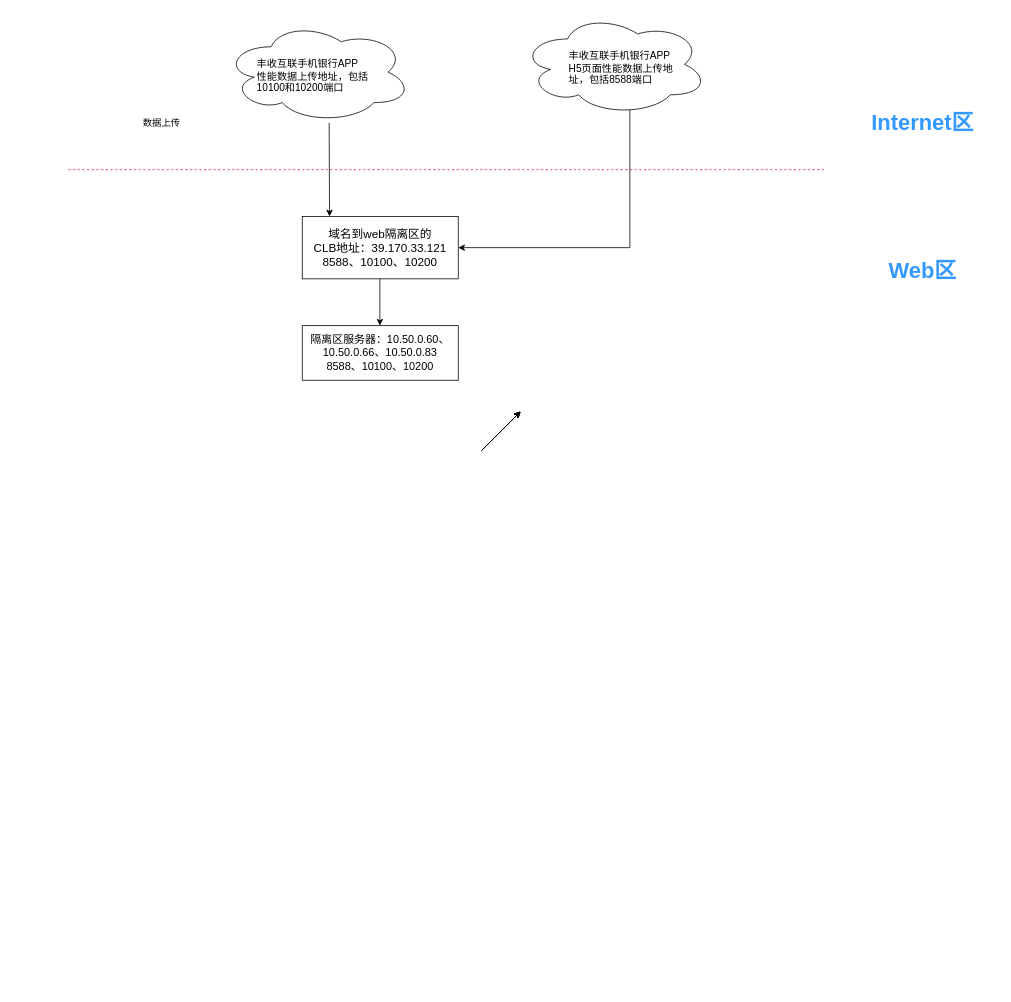
Earlier version of the draw.io diagram 浙江农信信创平台架构.drawio (zeng0550/free-programming-books). Source tidied: cells renumbered, new cells numbered last; positions are measured from the earlier drawing's top-left corner, leaving out a move shared by most shapes. Both pictures are drawn from the tidied source at 78%, with x=0, y=0 at pixel (68, 13).
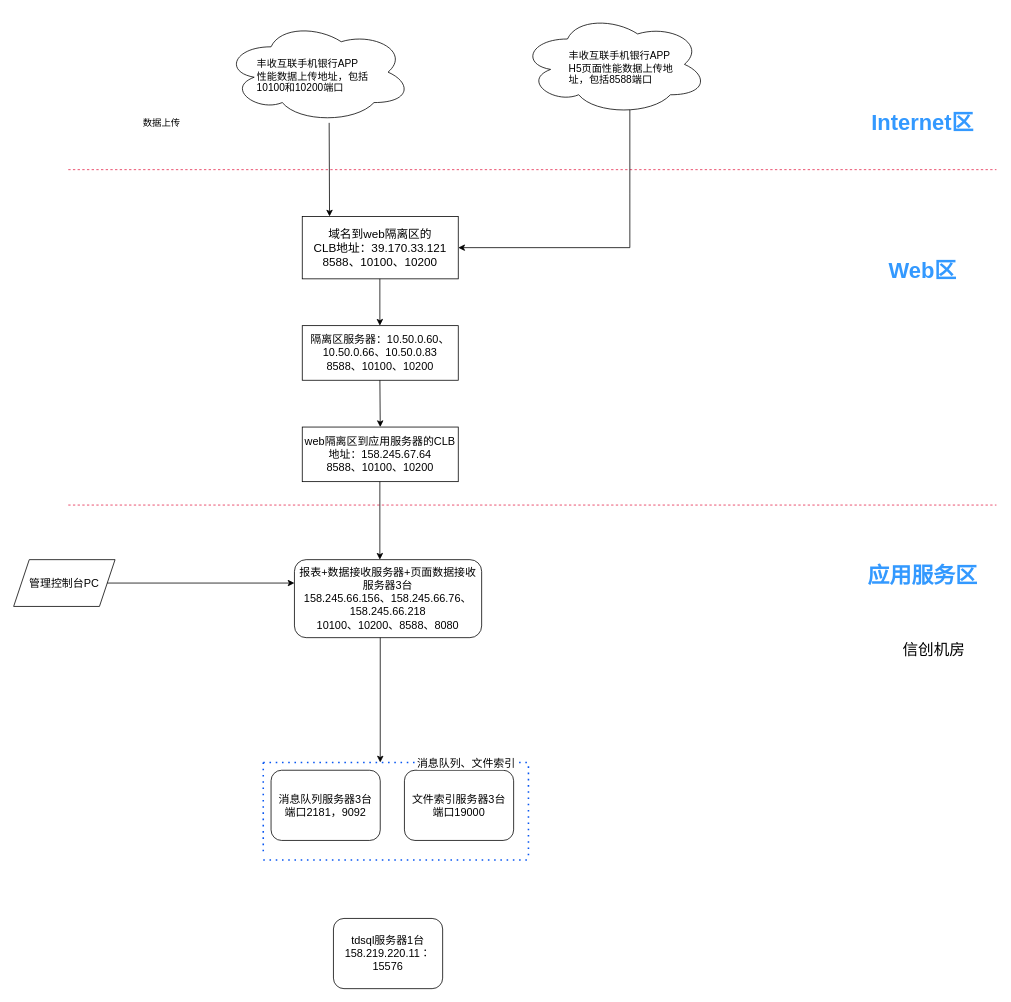
The same page after the edit.

Commit message (it also covers changes not shown here):
更新浙江农信信创平台架构.drawio

The edit, as a diff of the source:
```diff
@@
     <mxCell id="2" style="endArrow=none;dashed=1;html=1;rounded=0;fillColor=#e1d5e7;strokeColor=#e4254b;" parent="1" edge="1">
       <mxGeometry relative="1" as="geometry">
         <mxPoint y="200" as="sourcePoint" />
-        <mxPoint x="970" y="200" as="targetPoint" />
+        <mxPoint x="1190" y="200" as="targetPoint" />
       </mxGeometry>
     </mxCell>
@@
-    <mxCell id="13" style="endArrow=classic;html=1;rounded=0;" parent="1" edge="1">
-      <mxGeometry relative="1" as="geometry">
-        <mxPoint x="530" y="560" as="sourcePoint" />
-        <mxPoint x="580" y="510" as="targetPoint" />
-      </mxGeometry>
-    </mxCell>
-    <mxCell id="14" style="endArrow=classic;html=1;rounded=0;" parent="1" edge="1">
-      <mxGeometry relative="1" as="geometry">
-        <mxPoint x="530" y="560" as="sourcePoint" />
-        <mxPoint x="580" y="510" as="targetPoint" />
-      </mxGeometry>
-    </mxCell>
-    <mxCell id="15" style="endArrow=classic;html=1;rounded=0;" parent="1" edge="1">
-      <mxGeometry relative="1" as="geometry">
-        <mxPoint x="530" y="560" as="sourcePoint" />
-        <mxPoint x="580" y="510" as="targetPoint" />
-      </mxGeometry>
-    </mxCell>
     <mxCell id="16" style="endArrow=classic;html=1;rounded=0;" parent="1" edge="1">
       <mxGeometry relative="1" as="geometry">
-        <mxPoint x="530" y="560" as="sourcePoint" />
-        <mxPoint x="580" y="510" as="targetPoint" />
+        <mxPoint x="399.5" y="465" as="sourcePoint" />
+        <mxPoint x="400" y="530" as="targetPoint" />
       </mxGeometry>
     </mxCell>
@@
+    <mxCell id="19" value="&lt;font style=&quot;font-size: 14px;&quot;&gt;web隔离区到应用服务器的CLB地址：158.245.67.64&lt;/font&gt;&lt;div&gt;&lt;font style=&quot;font-size: 14px;&quot;&gt;8588、10100、10200&lt;/font&gt;&lt;/div&gt;" style="rounded=0;whiteSpace=wrap;html=1;" parent="1" vertex="1">
+      <mxGeometry x="300" y="530" width="200" height="70" as="geometry" />
+    </mxCell>
+    <mxCell id="20" style="endArrow=none;dashed=1;html=1;rounded=0;fillColor=#e1d5e7;strokeColor=#e4254b;" parent="1" edge="1">
+      <mxGeometry relative="1" as="geometry">
+        <mxPoint y="630" as="sourcePoint" />
+        <mxPoint x="1190" y="630" as="targetPoint" />
+      </mxGeometry>
+    </mxCell>
+    <mxCell id="21" value="&lt;h3&gt;&lt;font color=&quot;#3399ff&quot;&gt;应用服务区&lt;/font&gt;&lt;/h3&gt;" style="text;strokeColor=none;fillColor=default;html=1;fontSize=24;fontStyle=1;verticalAlign=middle;align=center;" parent="1" vertex="1">
+      <mxGeometry x="1030" y="700" width="130" height="40" as="geometry" />
+    </mxCell>
+    <mxCell id="22" value="信创机房" style="text;html=1;align=center;verticalAlign=middle;whiteSpace=wrap;rounded=0;fontSize=20;" parent="1" vertex="1">
+      <mxGeometry x="1060" y="800" width="100" height="30" as="geometry" />
+    </mxCell>
+    <mxCell id="23" style="endArrow=classic;html=1;rounded=0;" parent="1" edge="1">
+      <mxGeometry relative="1" as="geometry">
+        <mxPoint x="399.5" y="600" as="sourcePoint" />
+        <mxPoint x="399.5" y="700" as="targetPoint" />
+      </mxGeometry>
+    </mxCell>
+    <mxCell id="24" value="&lt;div&gt;报表+数据接收服务&lt;span style=&quot;background-color: transparent; color: light-dark(rgb(0, 0, 0), rgb(255, 255, 255));&quot;&gt;器+页面数据接收&lt;/span&gt;&lt;/div&gt;&lt;div&gt;&lt;span style=&quot;background-color: transparent; color: light-dark(rgb(0, 0, 0), rgb(255, 255, 255));&quot;&gt;服务器3台&lt;/span&gt;&lt;/div&gt;&lt;div&gt;158.245.66.156、158.245.66.76、158.245.66.218&lt;/div&gt;&lt;div&gt;10100、&lt;span style=&quot;background-color: transparent; color: light-dark(rgb(0, 0, 0), rgb(255, 255, 255));&quot;&gt;10200、8588、8080&lt;/span&gt;&lt;/div&gt;" style="rounded=1;whiteSpace=wrap;html=1;fontSize=14;" parent="1" vertex="1">
+      <mxGeometry x="290" y="700" width="240" height="100" as="geometry" />
+    </mxCell>
+    <mxCell id="25" value="&lt;font style=&quot;font-size: 14px;&quot;&gt;管理控制台PC&lt;/font&gt;" style="shape=parallelogram;perimeter=parallelogramPerimeter;whiteSpace=wrap;html=1;fixedSize=1;" parent="1" vertex="1">
+      <mxGeometry x="-70" y="700" width="130" height="60" as="geometry" />
+    </mxCell>
+    <mxCell id="26" style="endArrow=classic;html=1;rounded=0;exitX=1;exitY=0.5;exitDx=0;exitDy=0;" parent="1" edge="1" source="25">
+      <mxGeometry relative="1" as="geometry">
+        <mxPoint x="290" y="730" as="targetPoint" />
+      </mxGeometry>
+    </mxCell>
+    <mxCell id="27" value="&lt;span style=&quot;font-size: 14px;&quot;&gt;消息队列服务器3台&lt;/span&gt;&lt;br&gt;&lt;div&gt;&lt;span style=&quot;font-size: 14px;&quot;&gt;端口2181，9092&lt;/span&gt;&lt;br&gt;&lt;/div&gt;" style="rounded=1;whiteSpace=wrap;html=1;" parent="1" vertex="1">
+      <mxGeometry x="260" y="970" width="140" height="90" as="geometry" />
+    </mxCell>
+    <mxCell id="28" value="&lt;span style=&quot;font-size: 14px;&quot;&gt;文件索引服务器3台&lt;/span&gt;&lt;br&gt;&lt;div&gt;&lt;font style=&quot;font-size: 14px;&quot;&gt;端口19000&lt;br&gt;&lt;/font&gt;&lt;/div&gt;" style="rounded=1;whiteSpace=wrap;html=1;" parent="1" vertex="1">
+      <mxGeometry x="431" y="970" width="140" height="90" as="geometry" />
+    </mxCell>
+    <mxCell id="29" style="endArrow=none;dashed=1;html=1;dashPattern=1 3;strokeWidth=2;rounded=0;strokeColor=#0756f2;" parent="1" edge="1">
+      <mxGeometry relative="1" as="geometry">
+        <mxPoint x="250" y="1085" as="sourcePoint" />
+        <mxPoint x="590" y="1085" as="targetPoint" />
+      </mxGeometry>
+    </mxCell>
+    <mxCell id="30" style="endArrow=none;dashed=1;html=1;dashPattern=1 3;strokeWidth=2;rounded=0;strokeColor=#0756f2;" parent="1" edge="1">
+      <mxGeometry relative="1" as="geometry">
+        <mxPoint x="250" y="960" as="sourcePoint" />
+        <mxPoint x="590" y="960" as="targetPoint" />
+      </mxGeometry>
+    </mxCell>
+    <mxCell id="31" value="&lt;font style=&quot;font-size: 14px;&quot;&gt;消息队列、文件索引&lt;/font&gt;" style="edgeLabel;html=1;align=center;verticalAlign=middle;" parent="30" vertex="1">
+      <mxGeometry x="-0.18" y="1" relative="1" as="geometry">
+        <mxPoint x="120" y="1" as="offset" />
+      </mxGeometry>
+    </mxCell>
+    <mxCell id="32" style="endArrow=none;dashed=1;html=1;dashPattern=1 3;strokeWidth=2;rounded=0;strokeColor=#0756f2;" parent="1" edge="1">
+      <mxGeometry relative="1" as="geometry">
+        <mxPoint x="250" y="960" as="sourcePoint" />
+        <mxPoint x="250" y="1080" as="targetPoint" />
+      </mxGeometry>
+    </mxCell>
+    <mxCell id="33" style="endArrow=none;dashed=1;html=1;dashPattern=1 3;strokeWidth=2;rounded=0;strokeColor=#0756f2;" parent="1" edge="1">
+      <mxGeometry relative="1" as="geometry">
+        <mxPoint x="590" y="965" as="sourcePoint" />
+        <mxPoint x="590" y="1085" as="targetPoint" />
+      </mxGeometry>
+    </mxCell>
+    <mxCell id="34" style="endArrow=classic;html=1;rounded=0;" parent="1" edge="1">
+      <mxGeometry relative="1" as="geometry">
+        <mxPoint x="400" y="800" as="sourcePoint" />
+        <mxPoint x="400" y="960" as="targetPoint" />
+      </mxGeometry>
+    </mxCell>
+    <mxCell id="35" value="&lt;span style=&quot;font-size: 14px;&quot;&gt;tdsql服务器1台&lt;/span&gt;&lt;div&gt;&lt;span style=&quot;font-size: 14px;&quot;&gt;158.219.220.11：15576&lt;/span&gt;&lt;/div&gt;" style="rounded=1;whiteSpace=wrap;html=1;" parent="1" vertex="1">
+      <mxGeometry x="340" y="1160" width="140" height="90" as="geometry" />
+    </mxCell>
```
